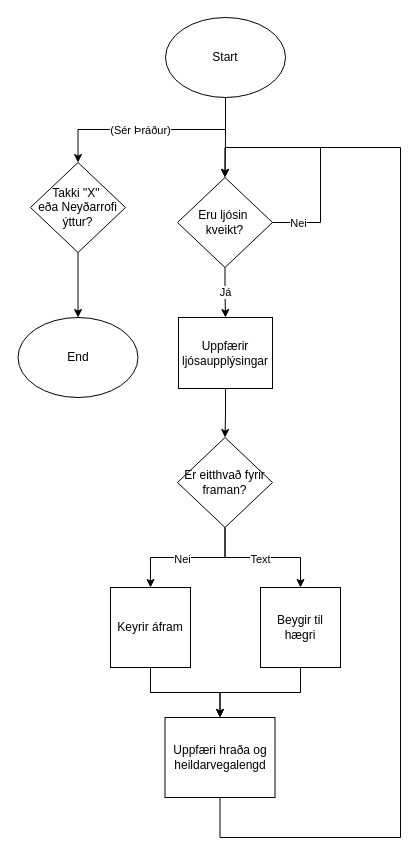
The draw.io diagram Verkefni 3/Lidur-1/Lidur 1.drawio in NidaleNieve/ROBO2, before the edit. Source tidied: cells renumbered, new cells numbered last; positions are measured from the earlier drawing's top-left corner, leaving out a move shared by most shapes. Both pictures are drawn from the tidied source at 100%, with x=0, y=0 at pixel (18, 17).
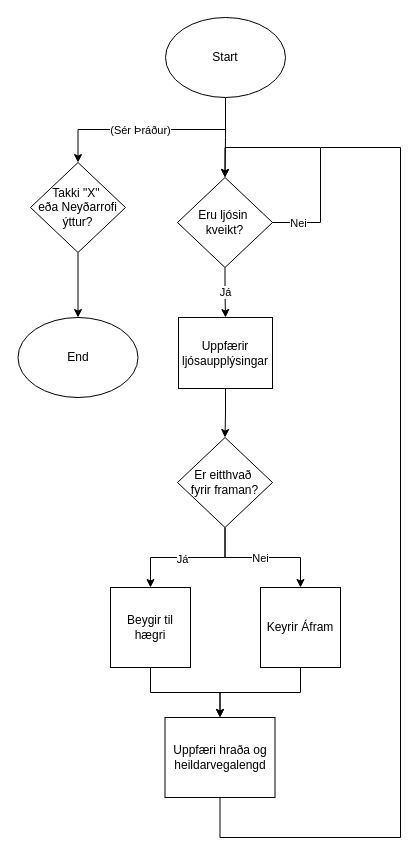
After the change.

Commit message (it also covers changes not shown here):
Uppfærði Lidur 1 aftur

The change refers to these unchanged cells:
```xml
<mxCell id="12" style="edgeStyle=orthogonalEdgeStyle;rounded=0;jettySize=auto;html=1;exitX=0.5;exitY=1;exitDx=0;exitDy=0;entryX=0.5;entryY=0;entryDx=0;entryDy=0;" parent="1" edge="1" source="16" target="18">
  <mxGeometry relative="1" as="geometry" />
</mxCell>
<mxCell id="14" style="edgeStyle=orthogonalEdgeStyle;rounded=0;jettySize=auto;html=1;exitX=0.5;exitY=1;exitDx=0;exitDy=0;entryX=0.5;entryY=0;entryDx=0;entryDy=0;" parent="1" edge="1" source="16" target="20">
  <mxGeometry relative="1" as="geometry">
    <Array as="points">
      <mxPoint x="207" y="540" />
      <mxPoint x="282" y="540" />
    </Array>
  </mxGeometry>
</mxCell>
```

What changed in the source:
```diff
@@
-    <mxCell id="13" value="Nei" style="edgeLabel;html=1;align=center;verticalAlign=middle;" parent="12" vertex="1">
+    <mxCell id="13" value="Já" style="edgeLabel;html=1;align=center;verticalAlign=middle;" parent="12" vertex="1">
       <mxGeometry x="0.08" y="1" relative="1" as="geometry" />
     </mxCell>
@@
-    <mxCell id="15" value="Text" style="edgeLabel;html=1;align=center;verticalAlign=middle;" parent="14" vertex="1">
+    <mxCell id="15" value="Nei" style="edgeLabel;html=1;align=center;verticalAlign=middle;" parent="14" vertex="1">
       <mxGeometry x="-0.06" y="-5" relative="1" as="geometry">
-        <mxPoint x="1" y="-4" as="offset" />
+        <mxPoint x="1" y="-5" as="offset" />
       </mxGeometry>
     </mxCell>
-    <mxCell id="16" value="Er eitthvað fyrir framan?" style="rhombus;whiteSpace=wrap;html=1;" parent="1" vertex="1">
+    <mxCell id="16" value="&lt;div&gt;Er eitthvað&amp;nbsp;&lt;/div&gt;&lt;div&gt;fyrir framan?&lt;/div&gt;" style="rhombus;whiteSpace=wrap;html=1;" parent="1" vertex="1">
       <mxGeometry x="159" y="420" width="95" height="90" as="geometry" />
     </mxCell>
@@
-    <mxCell id="18" value="Keyrir áfram" style="whiteSpace=wrap;html=1;" parent="1" vertex="1">
+    <mxCell id="18" value="Beygir til hægri" style="whiteSpace=wrap;html=1;" parent="1" vertex="1">
       <mxGeometry x="92" y="570" width="80" height="80" as="geometry" />
     </mxCell>
@@
-    <mxCell id="20" value="Beygir til hægri" style="whiteSpace=wrap;html=1;" parent="1" vertex="1">
+    <mxCell id="20" value="Keyrir Áfram" style="whiteSpace=wrap;html=1;" parent="1" vertex="1">
       <mxGeometry x="242" y="570" width="80" height="80" as="geometry" />
     </mxCell>
```
